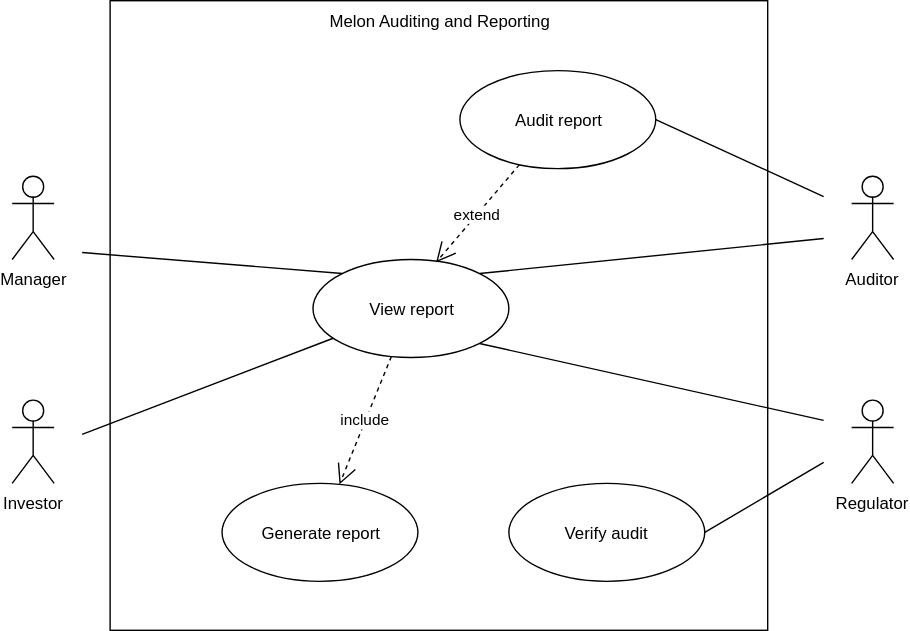
The draw.io diagram docs/assets/UseCaseDiagram.svg in schmidsi/melon-reporting, before a commit. Source tidied: cells renumbered, new cells last; positions are measured from the earlier drawing's top-left corner, leaving out a move shared by most shapes.
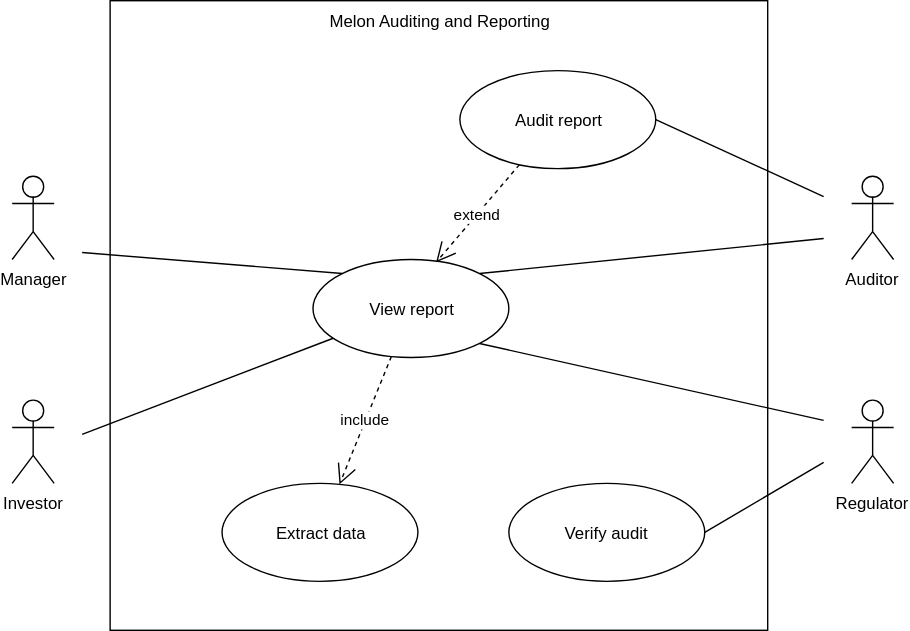
Above is the later version.

Commit message:
Rename "generate report" to "extract data".

Diff of the diagram source:
```diff
@@ -20,7 +20,7 @@
     <mxCell id="7" value="View report" style="ellipse;whiteSpace=wrap;html=1;fillColor=#ffffff;fontColor=#000000;align=center;" parent="1" vertex="1">
       <mxGeometry x="215" y="185" width="140" height="70" as="geometry" />
     </mxCell>
-    <mxCell id="8" value="Generate report" style="ellipse;whiteSpace=wrap;html=1;fillColor=#ffffff;fontColor=#000000;align=center;" parent="1" vertex="1">
+    <mxCell id="8" value="Extract data" style="ellipse;whiteSpace=wrap;html=1;fillColor=#ffffff;fontColor=#000000;align=center;" parent="1" vertex="1">
       <mxGeometry x="150" y="345" width="140" height="70" as="geometry" />
     </mxCell>
     <mxCell id="9" value="Audit report" style="ellipse;whiteSpace=wrap;html=1;fillColor=#ffffff;fontColor=#000000;align=center;" parent="1" vertex="1">
```
